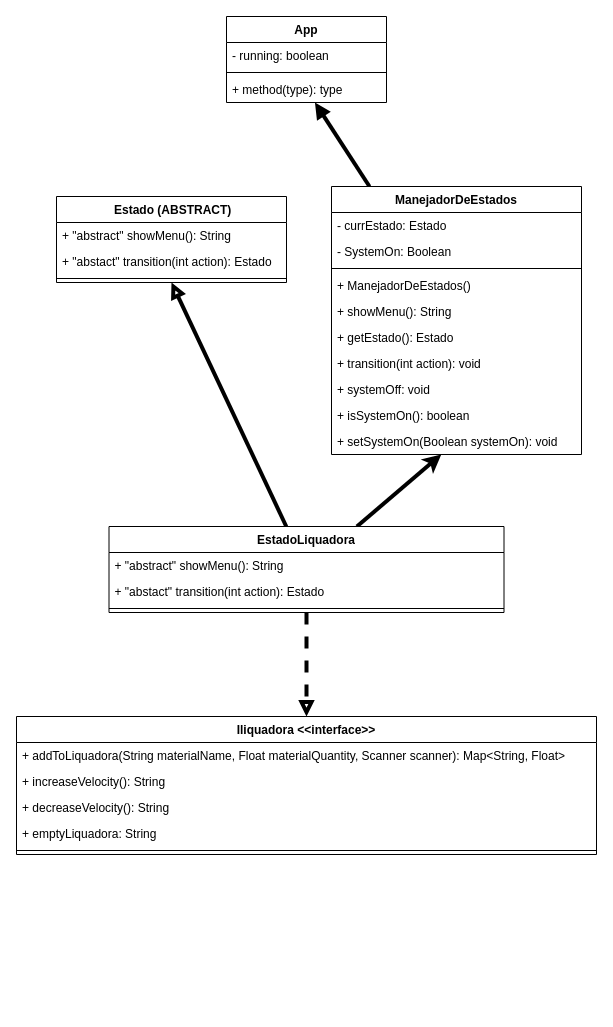
Earlier version of the draw.io diagram app/Analysis/ULM.drawio (adrianArimany/CC2016_Hojas_trabajos). Source tidied: cells renumbered, new cells numbered last; positions are measured from the earlier drawing's top-left corner, leaving out a move shared by most shapes. Both pictures are drawn from the tidied source at 100%, with x=0, y=0 at pixel (16, 16).
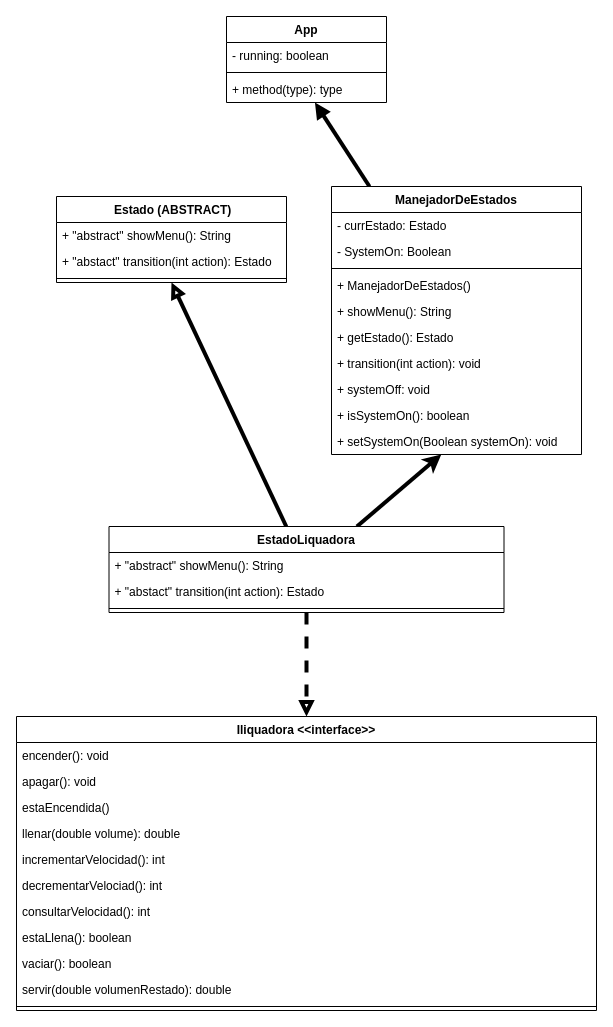
Above is the later version.

Diff of the diagram source:
```diff
@@
     <mxCell id="29" value="Iliquadora &lt;&lt;interface&gt;&gt;" style="swimlane;fontStyle=1;align=center;verticalAlign=top;horizontal=1;startSize=26;" parent="1" vertex="1">
-      <mxGeometry y="700" width="580" height="138" as="geometry" />
+      <mxGeometry y="700" width="580" height="294" as="geometry" />
     </mxCell>
-    <mxCell id="30" value="+ addToLiquadora(String materialName, Float materialQuantity, Scanner scanner): Map&lt;String, Float&gt;" style="text;strokeColor=none;fillColor=none;align=left;verticalAlign=top;spacingLeft=4;spacingRight=4;overflow=hidden;" parent="29" vertex="1">
+    <mxCell id="30" value="encender(): void" style="text;strokeColor=none;fillColor=none;align=left;verticalAlign=top;spacingLeft=4;spacingRight=4;overflow=hidden;" parent="29" vertex="1">
       <mxGeometry y="26" width="580" height="26" as="geometry" />
     </mxCell>
-    <mxCell id="31" value="+ increaseVelocity(): String" style="text;strokeColor=none;fillColor=none;align=left;verticalAlign=top;spacingLeft=4;spacingRight=4;overflow=hidden;" parent="29" vertex="1">
+    <mxCell id="31" value="apagar(): void" style="text;strokeColor=none;fillColor=none;align=left;verticalAlign=top;spacingLeft=4;spacingRight=4;overflow=hidden;" parent="29" vertex="1">
       <mxGeometry y="52" width="580" height="26" as="geometry" />
     </mxCell>
-    <mxCell id="32" value="+ decreaseVelocity(): String" style="text;strokeColor=none;fillColor=none;align=left;verticalAlign=top;spacingLeft=4;spacingRight=4;overflow=hidden;" parent="29" vertex="1">
+    <mxCell id="32" value="estaEncendida()" style="text;strokeColor=none;fillColor=none;align=left;verticalAlign=top;spacingLeft=4;spacingRight=4;overflow=hidden;" parent="29" vertex="1">
       <mxGeometry y="78" width="580" height="26" as="geometry" />
     </mxCell>
-    <mxCell id="33" value="+ emptyLiquadora: String" style="text;strokeColor=none;fillColor=none;align=left;verticalAlign=top;spacingLeft=4;spacingRight=4;overflow=hidden;" parent="29" vertex="1">
+    <mxCell id="33" value="llenar(double volume): double" style="text;strokeColor=none;fillColor=none;align=left;verticalAlign=top;spacingLeft=4;spacingRight=4;overflow=hidden;" parent="29" vertex="1">
       <mxGeometry y="104" width="580" height="26" as="geometry" />
     </mxCell>
+    <mxCell id="35" value="incrementarVelocidad(): int" style="text;strokeColor=none;fillColor=none;align=left;verticalAlign=top;spacingLeft=4;spacingRight=4;overflow=hidden;" parent="29" vertex="1">
+      <mxGeometry y="130" width="580" height="26" as="geometry" />
+    </mxCell>
+    <mxCell id="36" value="decrementarVelociad(): int" style="text;strokeColor=none;fillColor=none;align=left;verticalAlign=top;spacingLeft=4;spacingRight=4;overflow=hidden;" parent="29" vertex="1">
+      <mxGeometry y="156" width="580" height="26" as="geometry" />
+    </mxCell>
+    <mxCell id="37" value="consultarVelocidad(): int" style="text;strokeColor=none;fillColor=none;align=left;verticalAlign=top;spacingLeft=4;spacingRight=4;overflow=hidden;" parent="29" vertex="1">
+      <mxGeometry y="182" width="580" height="26" as="geometry" />
+    </mxCell>
+    <mxCell id="38" value="estaLlena(): boolean" style="text;strokeColor=none;fillColor=none;align=left;verticalAlign=top;spacingLeft=4;spacingRight=4;overflow=hidden;" parent="29" vertex="1">
+      <mxGeometry y="208" width="580" height="26" as="geometry" />
+    </mxCell>
+    <mxCell id="39" value="vaciar(): boolean" style="text;strokeColor=none;fillColor=none;align=left;verticalAlign=top;spacingLeft=4;spacingRight=4;overflow=hidden;" parent="29" vertex="1">
+      <mxGeometry y="234" width="580" height="26" as="geometry" />
+    </mxCell>
+    <mxCell id="40" value="servir(double volumenRestado): double" style="text;strokeColor=none;fillColor=none;align=left;verticalAlign=top;spacingLeft=4;spacingRight=4;overflow=hidden;" parent="29" vertex="1">
+      <mxGeometry y="260" width="580" height="26" as="geometry" />
+    </mxCell>
     <mxCell id="34" style="line;strokeWidth=1;fillColor=none;align=left;verticalAlign=middle;spacingTop=-1;spacingLeft=3;spacingRight=3;labelPosition=right;strokeColor=inherit;" parent="29" vertex="1">
-      <mxGeometry y="130" width="580" height="8" as="geometry" />
+      <mxGeometry y="286" width="580" height="8" as="geometry" />
     </mxCell>
```
